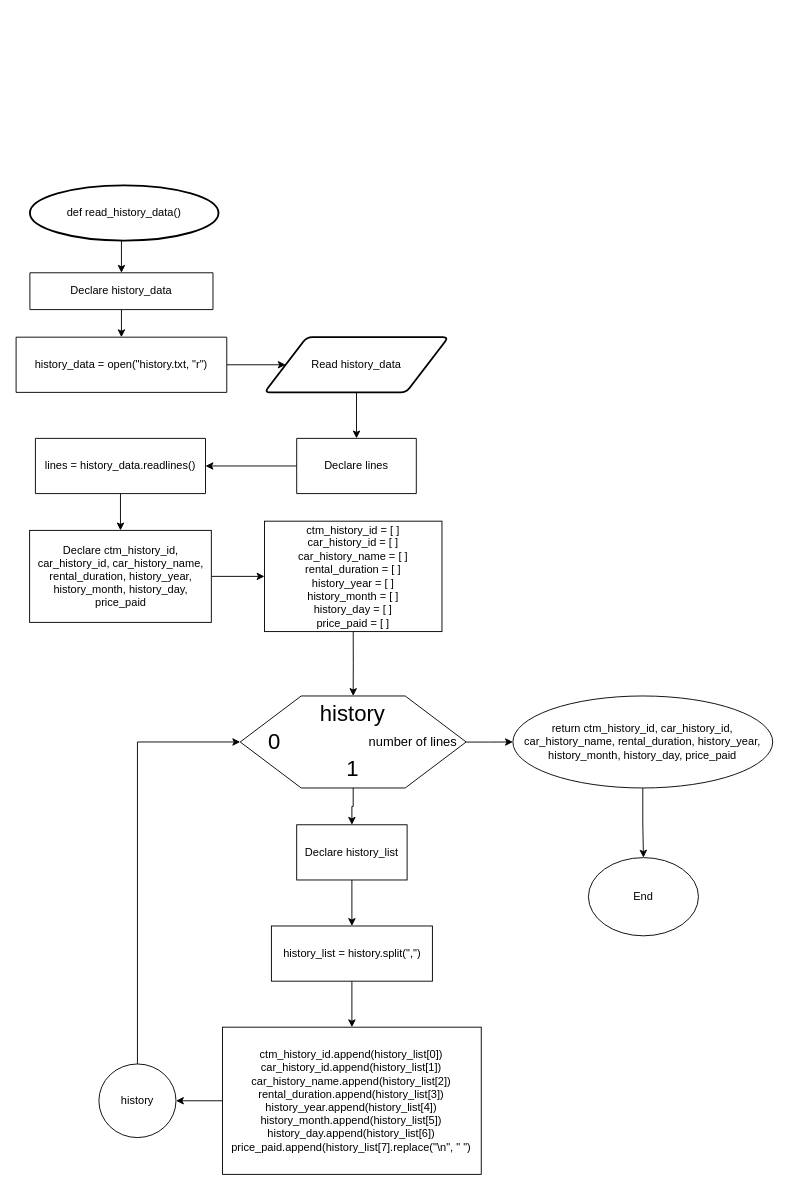
LeeRenJie/python-assignment keeps this draw.io diagram as page "read_history_data()" (3 of 27) of Flowchart.drawio. Above is the earlier version. Source tidied: cells renumbered, new cells numbered last; positions are measured from the earlier drawing's top-left corner, leaving out a move shared by most shapes. Both pictures are drawn from the tidied source at 92%, with x=0, y=0 at pixel (16, 185).
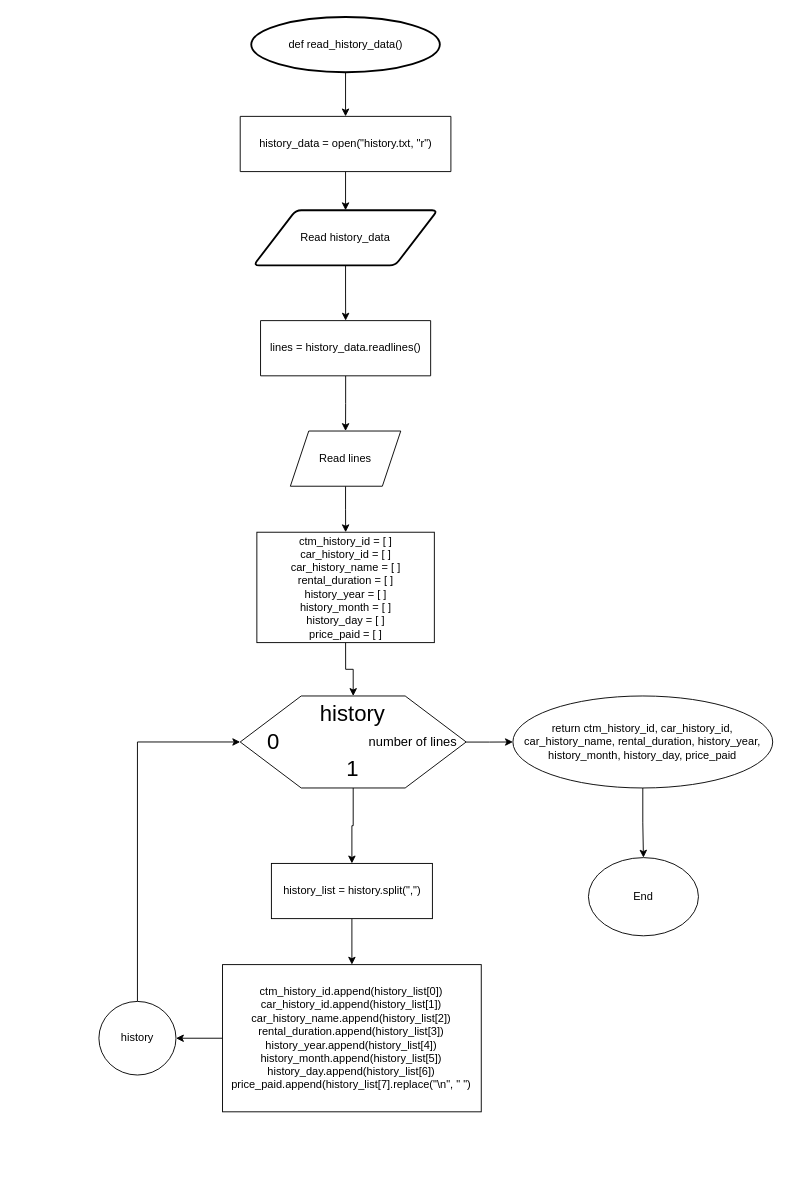
The same diagram, later.

The change refers to these unchanged cells:
```xml
<mxCell id="19" style="verticalLabelPosition=bottom;verticalAlign=top;html=1;shape=hexagon;perimeter=hexagonPerimeter2;arcSize=6;size=0.27;" parent="18" vertex="1">
  <mxGeometry width="245.6" height="100" as="geometry" />
</mxCell>
```

What changed in the source:
```diff
@@
-    <mxCell id="2" style="edgeStyle=orthogonalEdgeStyle;rounded=0;jettySize=auto;html=1;exitX=0.5;exitY=1;exitDx=0;exitDy=0;exitPerimeter=0;entryX=0.5;entryY=0;entryDx=0;entryDy=0;" parent="1" edge="1" source="12" target="11">
-      <mxGeometry relative="1" as="geometry" />
-    </mxCell>
+    <mxCell id="37" style="edgeStyle=orthogonalEdgeStyle;rounded=0;jettySize=auto;html=1;" parent="1" edge="1" source="3" target="11">
+      <mxGeometry relative="1" as="geometry" />
+    </mxCell>
     <mxCell id="3" value="def read_history_data()" style="strokeWidth=2;html=1;shape=mxgraph.flowchart.start_1;whiteSpace=wrap;" parent="1" vertex="1">
-      <mxGeometry x="15" width="205" height="60" as="geometry" />
+      <mxGeometry x="255.6" y="-183" width="205" height="60" as="geometry" />
     </mxCell>
-    <mxCell id="4" style="edgeStyle=orthogonalEdgeStyle;rounded=0;jettySize=auto;html=1;" parent="1" edge="1" source="5" target="15">
-      <mxGeometry relative="1" as="geometry" />
-    </mxCell>
+    <mxCell id="38" style="edgeStyle=orthogonalEdgeStyle;rounded=0;jettySize=auto;html=1;" parent="1" edge="1" source="5" target="41">
+      <mxGeometry relative="1" as="geometry" />
+    </mxCell>
     <mxCell id="5" value="lines = history_data.readlines()" style="shape=parallelogram;perimeter=parallelogramPerimeter;whiteSpace=wrap;html=1;fixedSize=1;size=-280;" parent="1" vertex="1">
-      <mxGeometry x="21" y="275" width="184.9" height="60" as="geometry" />
+      <mxGeometry x="265.7" y="147" width="184.9" height="60" as="geometry" />
     </mxCell>
-    <mxCell id="6" style="edgeStyle=orthogonalEdgeStyle;rounded=0;jettySize=auto;html=1;exitX=0;exitY=0.5;exitDx=0;exitDy=0;entryX=1;entryY=0.5;entryDx=0;entryDy=0;" parent="1" edge="1" source="7" target="5">
-      <mxGeometry relative="1" as="geometry" />
-    </mxCell>
-    <mxCell id="7" value="Declare lines" style="shape=parallelogram;perimeter=parallelogramPerimeter;whiteSpace=wrap;html=1;fixedSize=1;size=-280;" parent="1" vertex="1">
-      <mxGeometry x="305" y="275" width="130" height="60" as="geometry" />
-    </mxCell>
-    <mxCell id="8" style="edgeStyle=orthogonalEdgeStyle;rounded=0;jettySize=auto;html=1;exitX=0.5;exitY=1;exitDx=0;exitDy=0;entryX=0.5;entryY=0;entryDx=0;entryDy=0;" parent="1" edge="1" source="9" target="7">
-      <mxGeometry relative="1" as="geometry" />
-    </mxCell>
+    <mxCell id="39" style="edgeStyle=orthogonalEdgeStyle;rounded=0;jettySize=auto;html=1;" parent="1" edge="1" source="9" target="5">
+      <mxGeometry relative="1" as="geometry" />
+    </mxCell>
     <mxCell id="9" value="Read history_data" style="shape=parallelogram;html=1;strokeWidth=2;perimeter=parallelogramPerimeter;whiteSpace=wrap;rounded=1;arcSize=12;size=0.23;" parent="1" vertex="1">
-      <mxGeometry x="270" y="165" width="200" height="60" as="geometry" />
+      <mxGeometry x="258.1" y="27" width="200" height="60" as="geometry" />
     </mxCell>
-    <mxCell id="10" style="edgeStyle=orthogonalEdgeStyle;rounded=0;jettySize=auto;html=1;exitX=1;exitY=0.5;exitDx=0;exitDy=0;entryX=0;entryY=0.5;entryDx=0;entryDy=0;" parent="1" edge="1" source="11" target="9">
+    <mxCell id="10" style="edgeStyle=orthogonalEdgeStyle;rounded=0;jettySize=auto;html=1;" parent="1" edge="1" source="11" target="9">
       <mxGeometry relative="1" as="geometry" />
     </mxCell>
     <mxCell id="11" value="&lt;span&gt;history_data = open(&quot;history.txt, &quot;r&quot;)&lt;/span&gt;" style="shape=parallelogram;perimeter=parallelogramPerimeter;whiteSpace=wrap;html=1;fixedSize=1;size=-280;" parent="1" vertex="1">
-      <mxGeometry y="165" width="229" height="60" as="geometry" />
+      <mxGeometry x="243.6" y="-75" width="229" height="60" as="geometry" />
     </mxCell>
-    <mxCell id="12" value="Declare history_data" style="shape=parallelogram;perimeter=parallelogramPerimeter;whiteSpace=wrap;html=1;fixedSize=1;size=-280;" parent="1" vertex="1">
-      <mxGeometry x="15" y="95" width="199" height="40" as="geometry" />
-    </mxCell>
-    <mxCell id="13" style="edgeStyle=orthogonalEdgeStyle;rounded=0;jettySize=auto;html=1;exitX=0.5;exitY=1;exitDx=0;exitDy=0;exitPerimeter=0;entryX=0.5;entryY=0;entryDx=0;entryDy=0;" parent="1" edge="1" source="3" target="12">
-      <mxGeometry relative="1" as="geometry" />
-    </mxCell>
-    <mxCell id="14" style="edgeStyle=orthogonalEdgeStyle;rounded=0;jettySize=auto;html=1;" parent="1" edge="1" source="15" target="17">
-      <mxGeometry relative="1" as="geometry" />
-    </mxCell>
-    <mxCell id="15" value="Declare ctm_history_id, car_history_id, car_history_name, rental_duration, history_year, history_month, history_day, price_paid" style="whiteSpace=wrap;html=1;" parent="1" vertex="1">
-      <mxGeometry x="14.7" y="375" width="197.5" height="100" as="geometry" />
-    </mxCell>
@@
     <mxCell id="17" value="ctm_history_id = [ ]&lt;br&gt;car_history_id = [ ]&lt;br&gt;car_history_name = [ ]&lt;br&gt;rental_duration = [ ]&lt;br&gt;history_year = [ ]&lt;br&gt;history_month = [ ]&lt;br&gt;history_day = [ ]&lt;br&gt;price_paid = [ ]" style="whiteSpace=wrap;html=1;" parent="1" vertex="1">
-      <mxGeometry x="270" y="365" width="192.9" height="120" as="geometry" />
+      <mxGeometry x="261.7" y="377" width="192.9" height="120" as="geometry" />
     </mxCell>
@@
-    <mxCell id="24" style="edgeStyle=orthogonalEdgeStyle;rounded=0;jettySize=auto;html=1;" parent="1" edge="1" source="25" target="28">
-      <mxGeometry relative="1" as="geometry" />
-    </mxCell>
-    <mxCell id="25" value="Declare history_list" style="whiteSpace=wrap;html=1;" parent="1" vertex="1">
-      <mxGeometry x="305" y="695" width="120" height="60" as="geometry" />
-    </mxCell>
-    <mxCell id="26" style="edgeStyle=orthogonalEdgeStyle;rounded=0;jettySize=auto;html=1;" parent="1" edge="1" source="19" target="25">
-      <mxGeometry relative="1" as="geometry" />
-    </mxCell>
@@
     <mxCell id="28" value="history_list = history.split(&quot;,&quot;)" style="whiteSpace=wrap;html=1;" parent="1" vertex="1">
-      <mxGeometry x="277.5" y="805" width="175" height="60" as="geometry" />
+      <mxGeometry x="277.5" y="737" width="175" height="60" as="geometry" />
     </mxCell>
@@
     <mxCell id="30" value="ctm_history_id.append(history_list[0])&lt;br&gt;car_history_id.append(history_list[1])&lt;br&gt;car_history_name.append(history_list[2])&lt;br&gt;rental_duration.append(history_list[3])&lt;br&gt;history_year.append(history_list[4])&lt;br&gt;history_month.append(history_list[5])&lt;br&gt;history_day.append(history_list[6])&lt;br&gt;price_paid.append(history_list[7].replace(&quot;\n&quot;, &quot; &quot;)" style="whiteSpace=wrap;html=1;" parent="1" vertex="1">
-      <mxGeometry x="224.4" y="915" width="281.2" height="160" as="geometry" />
+      <mxGeometry x="224.4" y="847" width="281.2" height="160" as="geometry" />
     </mxCell>
@@
     <mxCell id="32" value="history" style="ellipse;whiteSpace=wrap;html=1;" parent="1" vertex="1">
-      <mxGeometry x="90" y="955" width="83.8" height="80" as="geometry" />
+      <mxGeometry x="90" y="887" width="83.8" height="80" as="geometry" />
     </mxCell>
@@
+    <mxCell id="40" style="edgeStyle=orthogonalEdgeStyle;rounded=0;jettySize=auto;html=1;" parent="1" edge="1" source="41" target="17">
+      <mxGeometry relative="1" as="geometry" />
+    </mxCell>
+    <mxCell id="41" value="Read lines" style="shape=parallelogram;perimeter=parallelogramPerimeter;whiteSpace=wrap;html=1;fixedSize=1;" parent="1" vertex="1">
+      <mxGeometry x="298.1" y="267" width="120" height="60" as="geometry" />
+    </mxCell>
+    <mxCell id="42" style="edgeStyle=orthogonalEdgeStyle;rounded=0;jettySize=auto;html=1;" parent="1" edge="1" source="19" target="28">
+      <mxGeometry relative="1" as="geometry" />
+    </mxCell>
```
